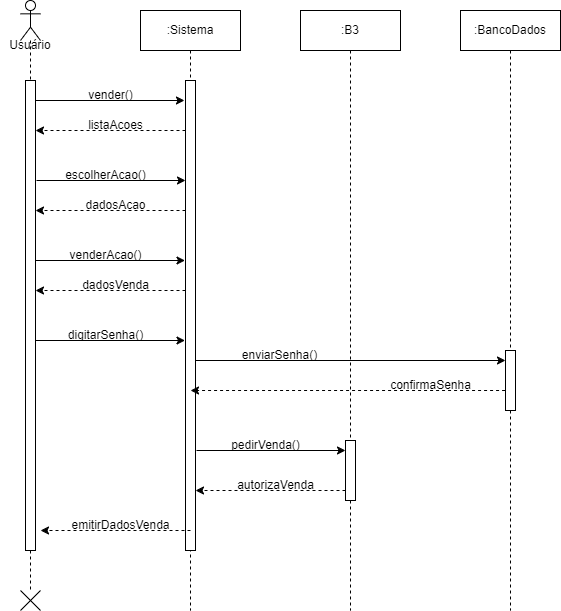
This is diagrama_sequencia_vender_acao.png from ThePlano/Projeto-CC5511---ENGENHARIA-DE-SOFTWARE, a draw.io export, as it was before one commit. Source tidied: cells renumbered, new cells last; positions are measured from the earlier drawing's top-left corner, leaving out a move shared by most shapes.
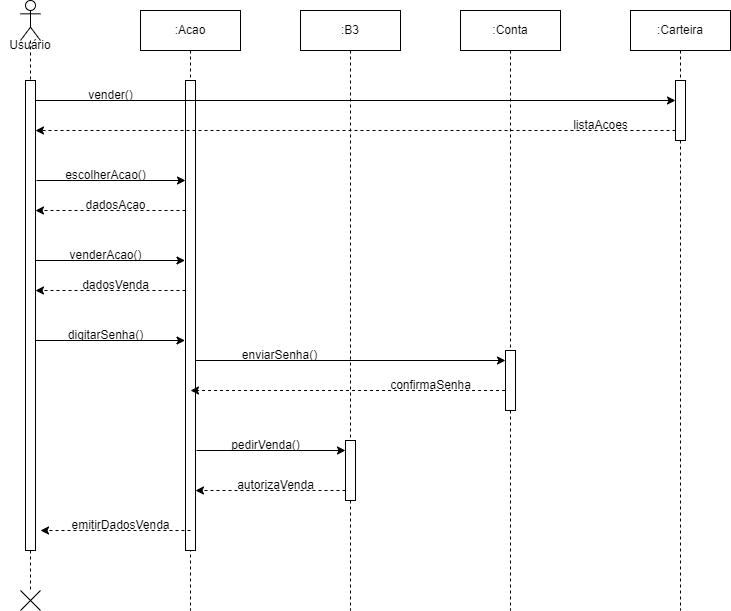
The same file after the commit.

Diff of the diagram source:
```diff
@@ -8,7 +8,7 @@
     <mxCell id="3" style="html=1;perimeter=orthogonalPerimeter;targetShapes=umlLifeline;newEdgeStyle={&quot;curved&quot;:0,&quot;rounded&quot;:0};" parent="2" vertex="1">
       <mxGeometry x="5" y="80" width="10" height="470" as="geometry" />
     </mxCell>
-    <mxCell id="4" value=":Sistema" style="shape=umlLifeline;perimeter=lifelinePerimeter;whiteSpace=wrap;html=1;newEdgeStyle={&quot;curved&quot;:0,&quot;rounded&quot;:0};" parent="1" vertex="1">
+    <mxCell id="4" value=":Acao" style="shape=umlLifeline;perimeter=lifelinePerimeter;whiteSpace=wrap;html=1;newEdgeStyle={&quot;curved&quot;:0,&quot;rounded&quot;:0};" parent="1" vertex="1">
       <mxGeometry x="140" y="10" width="100" height="600" as="geometry" />
     </mxCell>
     <mxCell id="5" style="html=1;perimeter=orthogonalPerimeter;targetShapes=umlLifeline;newEdgeStyle={&quot;curved&quot;:0,&quot;rounded&quot;:0};" parent="4" vertex="1">
@@ -23,23 +23,21 @@
     <mxCell id="8" value="Usuário" style="text;html=1;align=center;verticalAlign=middle;whiteSpace=wrap;rounded=0;" parent="1" vertex="1">
       <mxGeometry y="30" width="60" height="30" as="geometry" />
     </mxCell>
-    <mxCell id="9" style="endArrow=classic;html=1;rounded=0;exitX=1.103;exitY=0.128;exitDx=0;exitDy=0;exitPerimeter=0;" parent="1" edge="1">
+    <mxCell id="9" style="endArrow=classic;html=1;rounded=0;exitX=1.103;exitY=0.128;exitDx=0;exitDy=0;exitPerimeter=0;" parent="1" edge="1" target="37">
       <mxGeometry relative="1" as="geometry">
         <mxPoint x="35" y="100" as="sourcePoint" />
-        <mxPoint x="184" y="100" as="targetPoint" />
       </mxGeometry>
     </mxCell>
     <mxCell id="10" value="vender()" style="text;html=1;align=center;verticalAlign=middle;strokeColor=none;fillColor=none;" parent="1" vertex="1">
       <mxGeometry x="75" y="80" width="70" height="30" as="geometry" />
     </mxCell>
-    <mxCell id="11" style="endArrow=classic;html=1;rounded=0;dashed=1;" parent="1" edge="1">
+    <mxCell id="11" style="endArrow=classic;html=1;rounded=0;dashed=1;" parent="1" edge="1" source="37">
       <mxGeometry relative="1" as="geometry">
-        <mxPoint x="185" y="130" as="sourcePoint" />
         <mxPoint x="35" y="130" as="targetPoint" />
       </mxGeometry>
     </mxCell>
     <mxCell id="12" value="listaAcoes" style="text;html=1;align=center;verticalAlign=middle;strokeColor=none;fillColor=none;" parent="1" vertex="1">
-      <mxGeometry x="75" y="110" width="80" height="30" as="geometry" />
+      <mxGeometry x="560" y="110" width="80" height="30" as="geometry" />
     </mxCell>
     <mxCell id="13" style="endArrow=classic;html=1;rounded=0;exitX=1.103;exitY=0.128;exitDx=0;exitDy=0;exitPerimeter=0;" parent="1" edge="1">
       <mxGeometry relative="1" as="geometry">
@@ -116,7 +114,7 @@
     <mxCell id="29" value="emitirDadosVenda" style="text;html=1;align=center;verticalAlign=middle;strokeColor=none;fillColor=none;" parent="1" vertex="1">
       <mxGeometry x="60" y="510" width="120" height="30" as="geometry" />
     </mxCell>
-    <mxCell id="30" value=":BancoDados" style="shape=umlLifeline;perimeter=lifelinePerimeter;whiteSpace=wrap;html=1;newEdgeStyle={&quot;curved&quot;:0,&quot;rounded&quot;:0};" parent="1" vertex="1">
+    <mxCell id="30" value=":Conta" style="shape=umlLifeline;perimeter=lifelinePerimeter;whiteSpace=wrap;html=1;newEdgeStyle={&quot;curved&quot;:0,&quot;rounded&quot;:0};" parent="1" vertex="1">
       <mxGeometry x="460" y="10" width="100" height="600" as="geometry" />
     </mxCell>
     <mxCell id="31" style="html=1;perimeter=orthogonalPerimeter;targetShapes=umlLifeline;newEdgeStyle={&quot;curved&quot;:0,&quot;rounded&quot;:0};" parent="30" vertex="1">
@@ -140,5 +138,11 @@
     <mxCell id="35" value="confirmaSenha" style="text;html=1;align=center;verticalAlign=middle;strokeColor=none;fillColor=none;" parent="1" vertex="1">
       <mxGeometry x="380" y="370" width="100" height="30" as="geometry" />
     </mxCell>
+    <mxCell id="36" value=":Carteira" style="shape=umlLifeline;perimeter=lifelinePerimeter;whiteSpace=wrap;html=1;newEdgeStyle={&quot;curved&quot;:0,&quot;rounded&quot;:0};" parent="1" vertex="1">
+      <mxGeometry x="630" y="10" width="100" height="600" as="geometry" />
+    </mxCell>
+    <mxCell id="37" style="html=1;points=[[0,0,0,0,5],[0,1,0,0,-5],[1,0,0,0,5],[1,1,0,0,-5]];perimeter=orthogonalPerimeter;outlineConnect=0;targetShapes=umlLifeline;portConstraint=eastwest;newEdgeStyle={&quot;curved&quot;:0,&quot;rounded&quot;:0};" parent="36" vertex="1">
+      <mxGeometry x="45" y="70" width="10" height="60" as="geometry" />
+    </mxCell>
   </root>
 </mxGraphModel>
```
